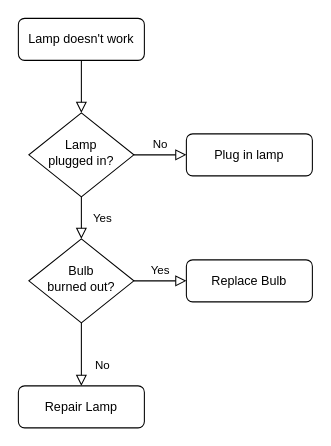
Before: Untitled Diagram.drawio in llljyb/drow, a draw.io diagram. Source tidied: cells renumbered, new cells numbered last; positions are measured from the earlier drawing's top-left corner, leaving out a move shared by most shapes. Both pictures are drawn from the tidied source at 105%, with x=0, y=0 at pixel (18, 18).
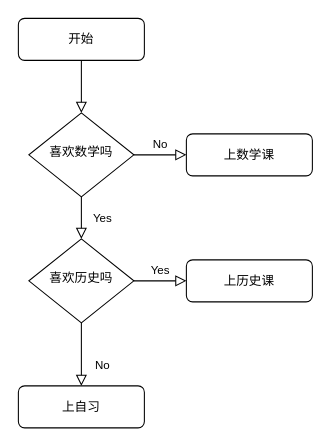
After the change.

Commit message:
课程选择流程图.drawio

Change to the diagram source:
```diff
@@
 <mxGraphModel>
   <root>
     <mxCell id="0" />
     <mxCell id="1" parent="0" />
     <mxCell id="2" style="rounded=0;html=1;jettySize=auto;fontSize=11;endArrow=block;endFill=0;endSize=8;strokeWidth=1;shadow=0;labelBackgroundColor=none;edgeStyle=orthogonalEdgeStyle;" parent="1" edge="1" source="3" target="6">
       <mxGeometry relative="1" as="geometry" />
     </mxCell>
-    <mxCell id="3" value="Lamp doesn't work" style="rounded=1;whiteSpace=wrap;html=1;fontSize=12;glass=0;strokeWidth=1;shadow=0;" parent="1" vertex="1">
+    <mxCell id="3" value="开始" style="rounded=1;whiteSpace=wrap;html=1;fontSize=12;glass=0;strokeWidth=1;shadow=0;" parent="1" vertex="1">
       <mxGeometry width="120" height="40" as="geometry" />
     </mxCell>
     <mxCell id="4" value="Yes" style="rounded=0;html=1;jettySize=auto;fontSize=11;endArrow=block;endFill=0;endSize=8;strokeWidth=1;shadow=0;labelBackgroundColor=none;edgeStyle=orthogonalEdgeStyle;" parent="1" edge="1" source="6" target="10">
       <mxGeometry y="20" relative="1" as="geometry" />
     </mxCell>
     <mxCell id="5" value="No" style="edgeStyle=orthogonalEdgeStyle;rounded=0;html=1;jettySize=auto;fontSize=11;endArrow=block;endFill=0;endSize=8;strokeWidth=1;shadow=0;labelBackgroundColor=none;" parent="1" edge="1" source="6" target="7">
       <mxGeometry y="10" relative="1" as="geometry" />
     </mxCell>
-    <mxCell id="6" value="Lamp&lt;br&gt;plugged in?" style="rhombus;whiteSpace=wrap;html=1;shadow=0;fontFamily=Helvetica;fontSize=12;align=center;strokeWidth=1;spacing=6;spacingTop=-4;" parent="1" vertex="1">
+    <mxCell id="6" value="喜欢数学吗" style="rhombus;whiteSpace=wrap;html=1;shadow=0;fontFamily=Helvetica;fontSize=12;align=center;strokeWidth=1;spacing=6;spacingTop=-4;" parent="1" vertex="1">
       <mxGeometry x="10" y="90" width="100" height="80" as="geometry" />
     </mxCell>
-    <mxCell id="7" value="Plug in lamp" style="rounded=1;whiteSpace=wrap;html=1;fontSize=12;glass=0;strokeWidth=1;shadow=0;" parent="1" vertex="1">
+    <mxCell id="7" value="上数学课" style="rounded=1;whiteSpace=wrap;html=1;fontSize=12;glass=0;strokeWidth=1;shadow=0;" parent="1" vertex="1">
       <mxGeometry x="160" y="110" width="120" height="40" as="geometry" />
     </mxCell>
     <mxCell id="8" value="No" style="rounded=0;html=1;jettySize=auto;fontSize=11;endArrow=block;endFill=0;endSize=8;strokeWidth=1;shadow=0;labelBackgroundColor=none;edgeStyle=orthogonalEdgeStyle;" parent="1" edge="1" source="10" target="11">
       <mxGeometry x="0.33" y="20" relative="1" as="geometry" />
     </mxCell>
     <mxCell id="9" value="Yes" style="edgeStyle=orthogonalEdgeStyle;rounded=0;html=1;jettySize=auto;fontSize=11;endArrow=block;endFill=0;endSize=8;strokeWidth=1;shadow=0;labelBackgroundColor=none;" parent="1" edge="1" source="10" target="12">
       <mxGeometry y="10" relative="1" as="geometry" />
     </mxCell>
-    <mxCell id="10" value="Bulb&lt;br&gt;burned out?" style="rhombus;whiteSpace=wrap;html=1;shadow=0;fontFamily=Helvetica;fontSize=12;align=center;strokeWidth=1;spacing=6;spacingTop=-4;" parent="1" vertex="1">
+    <mxCell id="10" value="喜欢历史吗" style="rhombus;whiteSpace=wrap;html=1;shadow=0;fontFamily=Helvetica;fontSize=12;align=center;strokeWidth=1;spacing=6;spacingTop=-4;" parent="1" vertex="1">
       <mxGeometry x="10" y="210" width="100" height="80" as="geometry" />
     </mxCell>
-    <mxCell id="11" value="Repair Lamp" style="rounded=1;whiteSpace=wrap;html=1;fontSize=12;glass=0;strokeWidth=1;shadow=0;" parent="1" vertex="1">
+    <mxCell id="11" value="上自习" style="rounded=1;whiteSpace=wrap;html=1;fontSize=12;glass=0;strokeWidth=1;shadow=0;" parent="1" vertex="1">
       <mxGeometry y="350" width="120" height="40" as="geometry" />
     </mxCell>
-    <mxCell id="12" value="Replace Bulb" style="rounded=1;whiteSpace=wrap;html=1;fontSize=12;glass=0;strokeWidth=1;shadow=0;" parent="1" vertex="1">
+    <mxCell id="12" value="上历史课" style="rounded=1;whiteSpace=wrap;html=1;fontSize=12;glass=0;strokeWidth=1;shadow=0;" parent="1" vertex="1">
       <mxGeometry x="160" y="230" width="120" height="40" as="geometry" />
     </mxCell>
   </root>
 </mxGraphModel>
```
